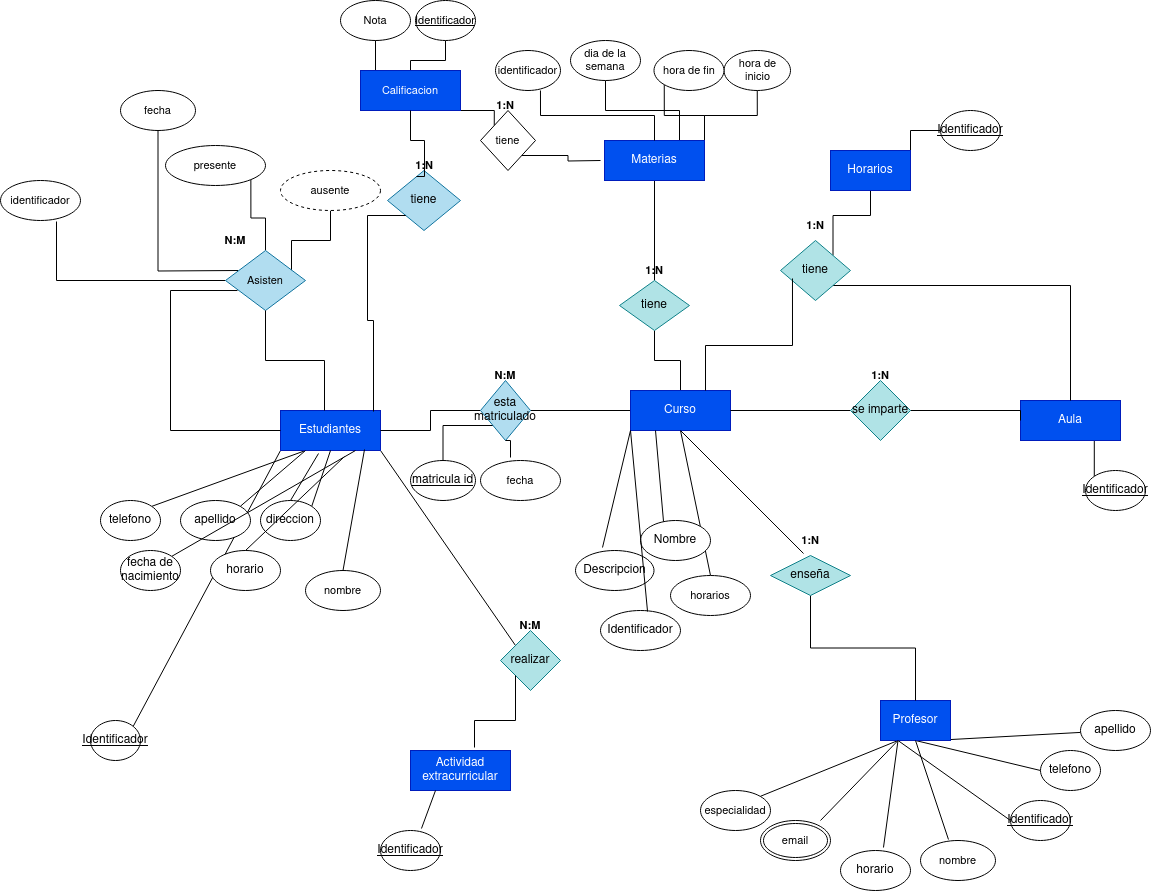
Before: Unidad-1/Tareas/Tareas entregables - Tarea 1/Tarea entregable - 1.drawio.png, a diagram exported from draw.io (CRhernandez1/base-datos). Source tidied: cells renumbered, new cells last; positions are measured from the earlier drawing's top-left corner, leaving out a move shared by most shapes.
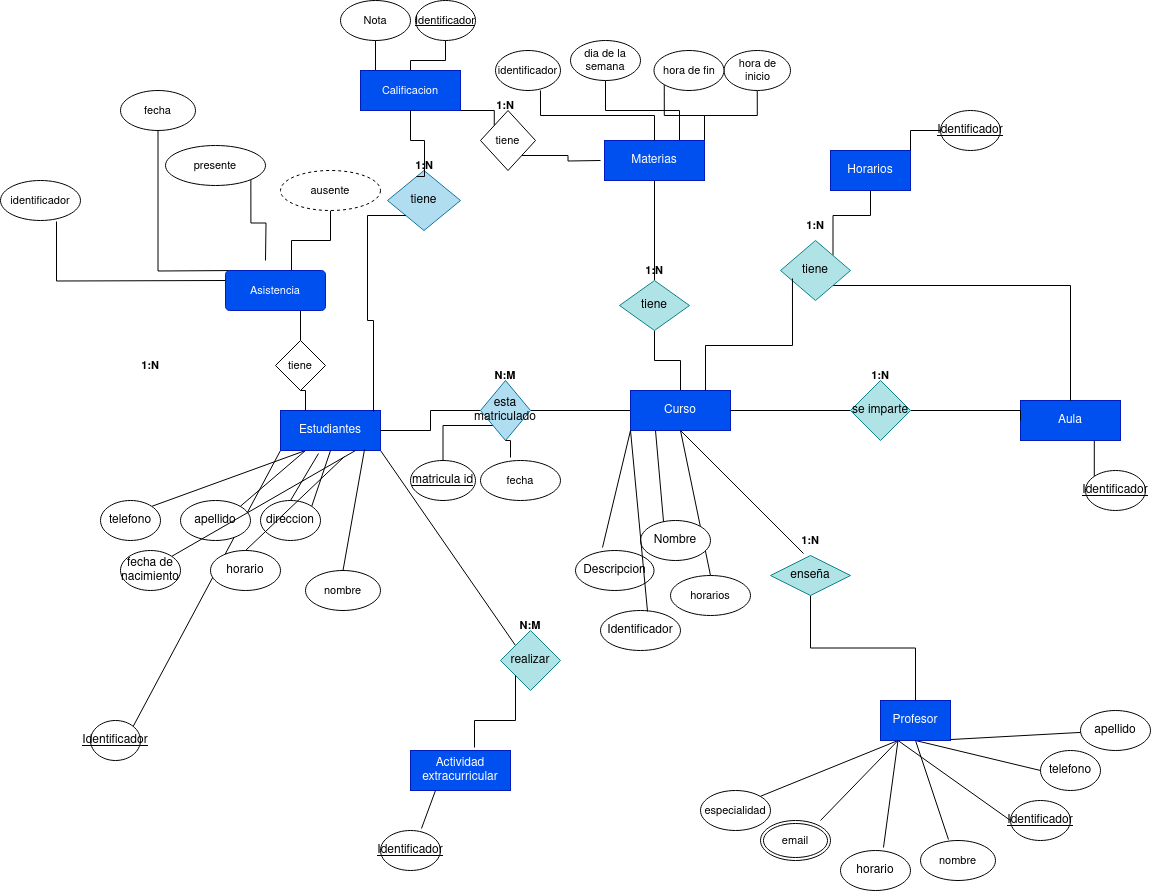
The same file after the commit.

What changed in the source:
```diff
@@ -246,11 +246,15 @@
     <mxCell id="78" value="identificador" style="ellipse;whiteSpace=wrap;html=1;align=center;fontFamily=Helvetica;fontSize=11;fontColor=default;" parent="1" vertex="1">
       <mxGeometry y="180" width="80" height="40" as="geometry" />
     </mxCell>
-    <mxCell id="79" style="edgeStyle=orthogonalEdgeStyle;shape=connector;rounded=0;jettySize=auto;html=1;exitX=0;exitY=0.5;exitDx=0;exitDy=0;entryX=0.7;entryY=1.025;entryDx=0;entryDy=0;entryPerimeter=0;labelBackgroundColor=default;strokeColor=default;align=center;verticalAlign=middle;fontFamily=Helvetica;fontSize=11;fontColor=default;endArrow=none;endFill=0;" parent="1" edge="1" source="96" target="78">
-      <mxGeometry relative="1" as="geometry" />
+    <mxCell id="79" style="edgeStyle=orthogonalEdgeStyle;shape=connector;rounded=0;jettySize=auto;html=1;exitX=0;exitY=0.5;exitDx=0;exitDy=0;entryX=0.7;entryY=1.025;entryDx=0;entryDy=0;entryPerimeter=0;labelBackgroundColor=default;strokeColor=default;align=center;verticalAlign=middle;fontFamily=Helvetica;fontSize=11;fontColor=default;endArrow=none;endFill=0;" parent="1" edge="1" target="78">
+      <mxGeometry relative="1" as="geometry">
+        <mxPoint x="225" y="280" as="sourcePoint" />
+      </mxGeometry>
     </mxCell>
-    <mxCell id="80" style="edgeStyle=orthogonalEdgeStyle;shape=connector;rounded=0;jettySize=auto;html=1;exitX=1;exitY=1;exitDx=0;exitDy=0;entryX=0.5;entryY=0;entryDx=0;entryDy=0;labelBackgroundColor=default;strokeColor=default;align=center;verticalAlign=middle;fontFamily=Helvetica;fontSize=11;fontColor=default;endArrow=none;endFill=0;" parent="1" edge="1" source="81" target="96">
-      <mxGeometry relative="1" as="geometry" />
+    <mxCell id="80" style="edgeStyle=orthogonalEdgeStyle;shape=connector;rounded=0;jettySize=auto;html=1;exitX=1;exitY=1;exitDx=0;exitDy=0;labelBackgroundColor=default;strokeColor=default;align=center;verticalAlign=middle;fontFamily=Helvetica;fontSize=11;fontColor=default;endArrow=none;endFill=0;" parent="1" edge="1" source="81">
+      <mxGeometry relative="1" as="geometry">
+        <mxPoint x="265" y="260" as="targetPoint" />
+      </mxGeometry>
     </mxCell>
     <mxCell id="81" value="presente" style="ellipse;whiteSpace=wrap;html=1;align=center;fontFamily=Helvetica;fontSize=11;fontColor=default;" parent="1" vertex="1">
       <mxGeometry x="165" y="145" width="100" height="40" as="geometry" />
@@ -297,20 +301,6 @@
     <mxCell id="95" value="Identificador" style="ellipse;whiteSpace=wrap;html=1;align=center;fontStyle=4;" parent="1" vertex="1">
       <mxGeometry x="940" y="110" width="60" height="40" as="geometry" />
     </mxCell>
-    <mxCell id="96" value="Asisten" style="shape=rhombus;perimeter=rhombusPerimeter;whiteSpace=wrap;html=1;align=center;fontFamily=Helvetica;fontSize=11;fillColor=#b1ddf0;strokeColor=#10739e;" parent="1" vertex="1">
-      <mxGeometry x="225" y="250" width="80" height="60" as="geometry" />
-    </mxCell>
-    <mxCell id="97" style="edgeStyle=orthogonalEdgeStyle;shape=connector;rounded=0;jettySize=auto;html=1;exitX=0;exitY=0.5;exitDx=0;exitDy=0;entryX=0.15;entryY=0.667;entryDx=0;entryDy=0;entryPerimeter=0;labelBackgroundColor=default;strokeColor=default;align=center;verticalAlign=middle;fontFamily=Helvetica;fontSize=11;fontColor=default;endArrow=none;endFill=0;" parent="1" edge="1" source="9" target="96">
-      <mxGeometry relative="1" as="geometry">
-        <Array as="points">
-          <mxPoint x="170" y="430" />
-          <mxPoint x="170" y="290" />
-        </Array>
-      </mxGeometry>
-    </mxCell>
-    <mxCell id="98" style="edgeStyle=orthogonalEdgeStyle;shape=connector;rounded=0;jettySize=auto;html=1;exitX=0.5;exitY=1;exitDx=0;exitDy=0;entryX=0.44;entryY=0;entryDx=0;entryDy=0;entryPerimeter=0;labelBackgroundColor=default;strokeColor=default;align=center;verticalAlign=middle;fontFamily=Helvetica;fontSize=11;fontColor=default;endArrow=none;endFill=0;" parent="1" edge="1" source="96" target="9">
-      <mxGeometry relative="1" as="geometry" />
-    </mxCell>
     <mxCell id="99" value="N:M" style="text;strokeColor=none;align=center;fillColor=none;html=1;verticalAlign=middle;whiteSpace=wrap;rounded=0;fontSize=11;fontFamily=Helvetica;fontColor=default;fontStyle=1;" parent="1" vertex="1">
       <mxGeometry x="500" y="610" width="60" height="30" as="geometry" />
     </mxCell>
@@ -329,8 +319,8 @@
     <mxCell id="104" value="1:N" style="text;strokeColor=none;align=center;fillColor=none;html=1;verticalAlign=middle;whiteSpace=wrap;rounded=0;fontSize=11;fontFamily=Helvetica;fontColor=default;fontStyle=1;" parent="1" vertex="1">
       <mxGeometry x="785" y="210" width="60" height="30" as="geometry" />
     </mxCell>
-    <mxCell id="105" value="N:M" style="text;strokeColor=none;align=center;fillColor=none;html=1;verticalAlign=middle;whiteSpace=wrap;rounded=0;fontSize=11;fontFamily=Helvetica;fontColor=default;fontStyle=1;" parent="1" vertex="1">
-      <mxGeometry x="205" y="225" width="60" height="30" as="geometry" />
+    <mxCell id="105" value="1:N" style="text;strokeColor=none;align=center;fillColor=none;html=1;verticalAlign=middle;whiteSpace=wrap;rounded=0;fontSize=11;fontFamily=Helvetica;fontColor=default;fontStyle=1;" parent="1" vertex="1">
+      <mxGeometry x="120" y="350" width="60" height="30" as="geometry" />
     </mxCell>
     <mxCell id="106" style="edgeStyle=orthogonalEdgeStyle;shape=connector;rounded=0;jettySize=auto;html=1;exitX=0.25;exitY=0;exitDx=0;exitDy=0;entryX=0.5;entryY=1;entryDx=0;entryDy=0;labelBackgroundColor=default;strokeColor=default;align=center;verticalAlign=middle;fontFamily=Helvetica;fontSize=11;fontColor=default;endArrow=none;endFill=0;" parent="1" edge="1" source="108" target="74">
       <mxGeometry relative="1" as="geometry" />
@@ -364,5 +354,17 @@
     <mxCell id="113" value="1:N" style="text;strokeColor=none;align=center;fillColor=none;html=1;verticalAlign=middle;whiteSpace=wrap;rounded=0;fontSize=11;fontFamily=Helvetica;fontColor=default;fontStyle=1;" parent="1" vertex="1">
       <mxGeometry x="393.5" y="150" width="60" height="30" as="geometry" />
     </mxCell>
+    <mxCell id="114" style="edgeStyle=orthogonalEdgeStyle;shape=connector;rounded=0;jettySize=auto;html=1;exitX=0.5;exitY=1;exitDx=0;exitDy=0;entryX=0.5;entryY=0;entryDx=0;entryDy=0;labelBackgroundColor=default;strokeColor=default;align=center;verticalAlign=middle;fontFamily=Helvetica;fontSize=11;fontColor=default;endArrow=none;endFill=0;" parent="1" edge="1" source="115" target="117">
+      <mxGeometry relative="1" as="geometry" />
+    </mxCell>
+    <mxCell id="115" value="Asistencia" style="rounded=1;arcSize=10;whiteSpace=wrap;html=1;align=center;fontFamily=Helvetica;fontSize=11;fontColor=#ffffff;fillColor=#0050ef;strokeColor=#001DBC;" parent="1" vertex="1">
+      <mxGeometry x="225" y="270" width="100" height="40" as="geometry" />
+    </mxCell>
+    <mxCell id="116" style="edgeStyle=orthogonalEdgeStyle;shape=connector;rounded=0;jettySize=auto;html=1;exitX=0.5;exitY=1;exitDx=0;exitDy=0;entryX=0.25;entryY=0;entryDx=0;entryDy=0;labelBackgroundColor=default;strokeColor=default;align=center;verticalAlign=middle;fontFamily=Helvetica;fontSize=11;fontColor=default;endArrow=none;endFill=0;" parent="1" edge="1" source="117" target="9">
+      <mxGeometry relative="1" as="geometry" />
+    </mxCell>
+    <mxCell id="117" value="tiene" style="shape=rhombus;perimeter=rhombusPerimeter;whiteSpace=wrap;html=1;align=center;fontFamily=Helvetica;fontSize=11;fontColor=default;" parent="1" vertex="1">
+      <mxGeometry x="275" y="340" width="50" height="50" as="geometry" />
+    </mxCell>
   </root>
 </mxGraphModel>
```
